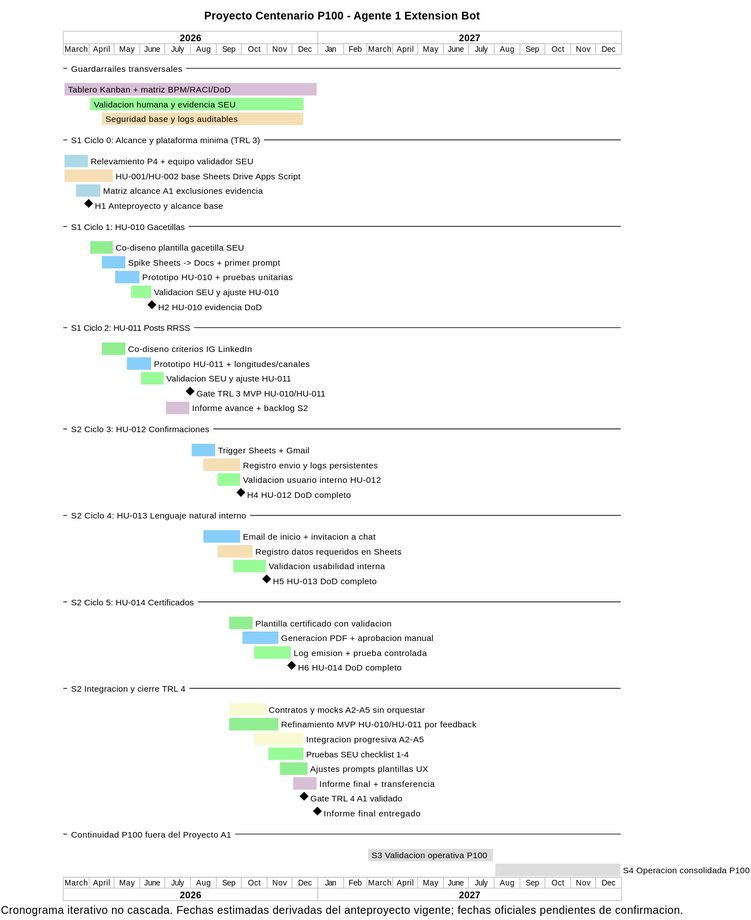
Above: Documentos/Gantt/diagrama-gantt-agente-1.svg in SpendIce/Proyecto-Final (PlantUML), before the change.
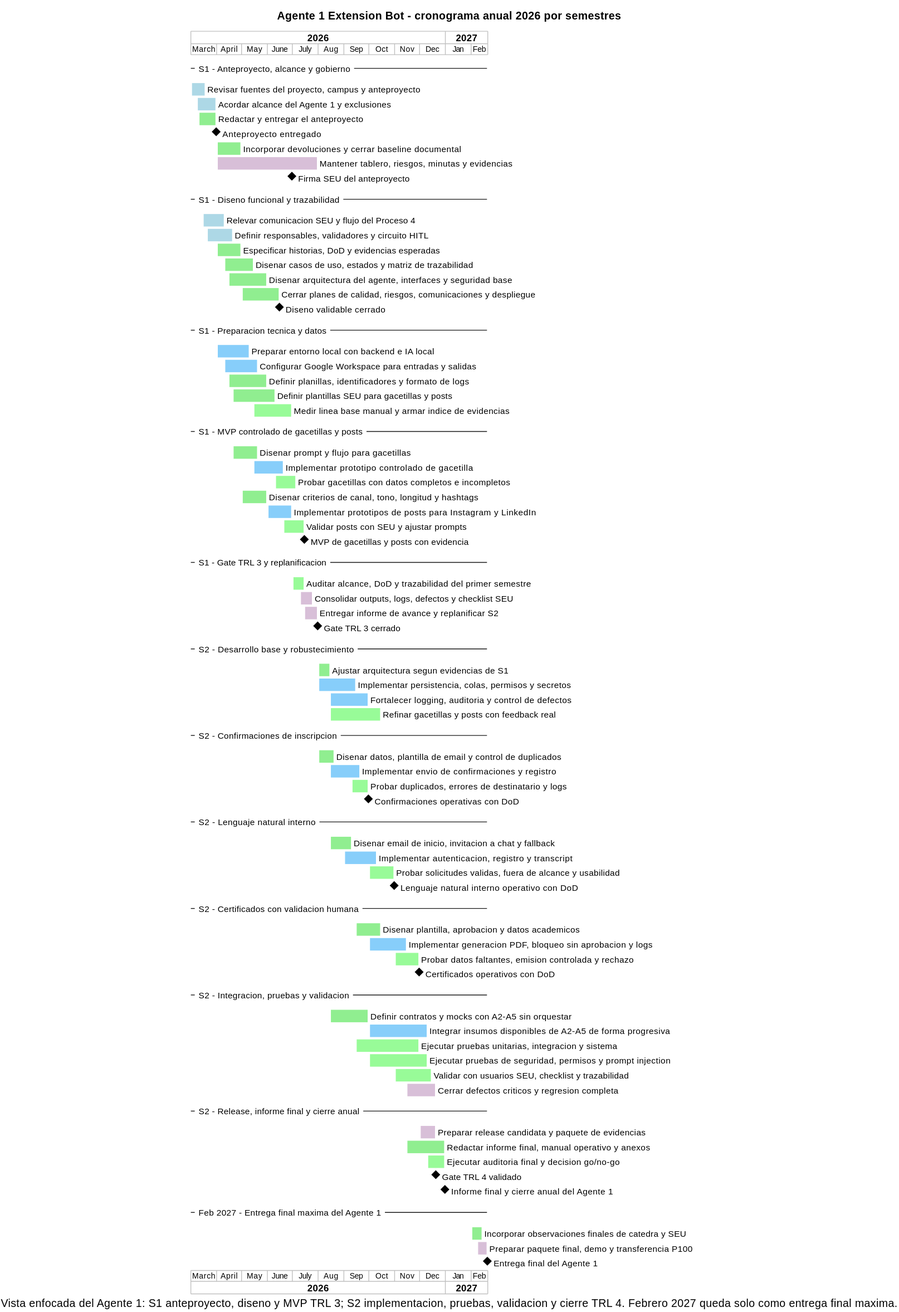
After the change.

Change to the diagram source:
```diff
@@ -1,155 +1,238 @@
 @startgantt
-title Proyecto Centenario P100 - Agente 1 Extension Bot
-caption Cronograma iterativo no cascada. Fechas estimadas derivadas del anteproyecto vigente; fechas oficiales pendientes de confirmacion.
+title Agente 1 Extension Bot - cronograma anual 2026 por semestres
+caption Vista enfocada del Agente 1: S1 anteproyecto, diseno y MVP TRL 3; S2 implementacion, pruebas, validacion y cierre TRL 4. Febrero 2027 queda solo como entrega final maxima.
 
 project starts 2026-03-01
 printscale monthly
 
--- Guardarrailes transversales --
-[Tablero Kanban + matriz BPM/RACI/DoD] starts 2026-03-01
-[Tablero Kanban + matriz BPM/RACI/DoD] ends 2026-12-31
-[Tablero Kanban + matriz BPM/RACI/DoD] is colored in Thistle
+-- S1 - Anteproyecto, alcance y gobierno --
+[Revisar fuentes del proyecto, campus y anteproyecto] starts 2026-03-01
+[Revisar fuentes del proyecto, campus y anteproyecto] ends 2026-03-18
+[Revisar fuentes del proyecto, campus y anteproyecto] is colored in LightBlue
 
-[Validacion humana y evidencia SEU] starts 2026-04-01
-[Validacion humana y evidencia SEU] ends 2026-12-15
-[Validacion humana y evidencia SEU] is colored in PaleGreen
+[Acordar alcance del Agente 1 y exclusiones] starts 2026-03-08
+[Acordar alcance del Agente 1 y exclusiones] ends 2026-03-31
+[Acordar alcance del Agente 1 y exclusiones] is colored in LightBlue
 
-[Seguridad base y logs auditables] starts 2026-04-15
-[Seguridad base y logs auditables] ends 2026-12-15
-[Seguridad base y logs auditables] is colored in Wheat
+[Redactar y entregar el anteproyecto] starts 2026-03-10
+[Redactar y entregar el anteproyecto] ends 2026-03-31
+[Redactar y entregar el anteproyecto] is colored in LightGreen
 
--- S1 Ciclo 0: Alcance y plataforma minima (TRL 3) --
-[Relevamiento P4 + equipo validador SEU] starts 2026-03-01
-[Relevamiento P4 + equipo validador SEU] ends 2026-03-31
-[Relevamiento P4 + equipo validador SEU] is colored in LightBlue
+[Anteproyecto entregado] happens 2026-03-31
 
-[HU-001/HU-002 base Sheets Drive Apps Script] starts 2026-03-01
-[HU-001/HU-002 base Sheets Drive Apps Script] ends 2026-04-30
-[HU-001/HU-002 base Sheets Drive Apps Script] is colored in Wheat
+[Incorporar devoluciones y cerrar baseline documental] starts 2026-04-01
+[Incorporar devoluciones y cerrar baseline documental] ends 2026-04-30
+[Incorporar devoluciones y cerrar baseline documental] is colored in LightGreen
 
-[Matriz alcance A1 exclusiones evidencia] starts 2026-03-15
-[Matriz alcance A1 exclusiones evidencia] ends 2026-04-15
-[Matriz alcance A1 exclusiones evidencia] is colored in LightBlue
+[Mantener tablero, riesgos, minutas y evidencias] starts 2026-04-01
+[Mantener tablero, riesgos, minutas y evidencias] ends 2026-07-31
+[Mantener tablero, riesgos, minutas y evidencias] is colored in Thistle
 
-[H1 Anteproyecto y alcance base] happens 2026-03-31
+[Firma SEU del anteproyecto] happens 2026-06-30
 
--- S1 Ciclo 1: HU-010 Gacetillas --
-[Co-diseno plantilla gacetilla SEU] starts 2026-04-01
-[Co-diseno plantilla gacetilla SEU] ends 2026-04-30
-[Co-diseno plantilla gacetilla SEU] is colored in LightGreen
+-- S1 - Diseno funcional y trazabilidad --
+[Relevar comunicacion SEU y flujo del Proceso 4] starts 2026-03-15
+[Relevar comunicacion SEU y flujo del Proceso 4] ends 2026-04-10
+[Relevar comunicacion SEU y flujo del Proceso 4] is colored in LightBlue
 
-[Spike Sheets -> Docs + primer prompt] starts 2026-04-15
-[Spike Sheets -> Docs + primer prompt] ends 2026-05-15
-[Spike Sheets -> Docs + primer prompt] is colored in LightSkyBlue
+[Definir responsables, validadores y circuito HITL] starts 2026-03-20
+[Definir responsables, validadores y circuito HITL] ends 2026-04-20
+[Definir responsables, validadores y circuito HITL] is colored in LightBlue
 
-[Prototipo HU-010 + pruebas unitarias] starts 2026-05-01
-[Prototipo HU-010 + pruebas unitarias] ends 2026-06-01
-[Prototipo HU-010 + pruebas unitarias] is colored in LightSkyBlue
+[Especificar historias, DoD y evidencias esperadas] starts 2026-04-01
+[Especificar historias, DoD y evidencias esperadas] ends 2026-04-30
+[Especificar historias, DoD y evidencias esperadas] is colored in LightGreen
 
-[Validacion SEU y ajuste HU-010] starts 2026-05-20
-[Validacion SEU y ajuste HU-010] ends 2026-06-15
-[Validacion SEU y ajuste HU-010] is colored in PaleGreen
+[Disenar casos de uso, estados y matriz de trazabilidad] starts 2026-04-10
+[Disenar casos de uso, estados y matriz de trazabilidad] ends 2026-05-15
+[Disenar casos de uso, estados y matriz de trazabilidad] is colored in LightGreen
 
-[H2 HU-010 evidencia DoD] happens 2026-06-15
+[Disenar arquitectura del agente, interfaces y seguridad base] starts 2026-04-15
+[Disenar arquitectura del agente, interfaces y seguridad base] ends 2026-05-31
+[Disenar arquitectura del agente, interfaces y seguridad base] is colored in LightGreen
 
--- S1 Ciclo 2: HU-011 Posts RRSS --
-[Co-diseno criterios IG LinkedIn] starts 2026-04-15
-[Co-diseno criterios IG LinkedIn] ends 2026-05-15
-[Co-diseno criterios IG LinkedIn] is colored in LightGreen
+[Cerrar planes de calidad, riesgos, comunicaciones y despliegue] starts 2026-05-01
+[Cerrar planes de calidad, riesgos, comunicaciones y despliegue] ends 2026-06-15
+[Cerrar planes de calidad, riesgos, comunicaciones y despliegue] is colored in LightGreen
 
-[Prototipo HU-011 + longitudes/canales] starts 2026-05-15
-[Prototipo HU-011 + longitudes/canales] ends 2026-06-15
-[Prototipo HU-011 + longitudes/canales] is colored in LightSkyBlue
+[Diseno validable cerrado] happens 2026-06-15
 
-[Validacion SEU y ajuste HU-011] starts 2026-06-01
-[Validacion SEU y ajuste HU-011] ends 2026-06-30
-[Validacion SEU y ajuste HU-011] is colored in PaleGreen
+-- S1 - Preparacion tecnica y datos --
+[Preparar entorno local con backend e IA local] starts 2026-04-01
+[Preparar entorno local con backend e IA local] ends 2026-05-10
+[Preparar entorno local con backend e IA local] is colored in LightSkyBlue
 
-[Gate TRL 3 MVP HU-010/HU-011] happens 2026-07-31
+[Configurar Google Workspace para entradas y salidas] starts 2026-04-10
+[Configurar Google Workspace para entradas y salidas] ends 2026-05-20
+[Configurar Google Workspace para entradas y salidas] is colored in LightSkyBlue
 
-[Informe avance + backlog S2] starts 2026-07-01
-[Informe avance + backlog S2] ends 2026-07-31
-[Informe avance + backlog S2] is colored in Thistle
+[Definir planillas, identificadores y formato de logs] starts 2026-04-15
+[Definir planillas, identificadores y formato de logs] ends 2026-05-31
+[Definir planillas, identificadores y formato de logs] is colored in LightGreen
 
--- S2 Ciclo 3: HU-012 Confirmaciones --
-[Trigger Sheets + Gmail] starts 2026-08-01
-[Trigger Sheets + Gmail] ends 2026-08-31
-[Trigger Sheets + Gmail] is colored in LightSkyBlue
+[Definir plantillas SEU para gacetillas y posts] starts 2026-04-20
+[Definir plantillas SEU para gacetillas y posts] ends 2026-06-10
+[Definir plantillas SEU para gacetillas y posts] is colored in LightGreen
 
-[Registro envio y logs persistentes] starts 2026-08-15
-[Registro envio y logs persistentes] ends 2026-09-30
-[Registro envio y logs persistentes] is colored in Wheat
+[Medir linea base manual y armar indice de evidencias] starts 2026-05-15
+[Medir linea base manual y armar indice de evidencias] ends 2026-06-30
+[Medir linea base manual y armar indice de evidencias] is colored in PaleGreen
 
-[Validacion usuario interno HU-012] starts 2026-09-01
-[Validacion usuario interno HU-012] ends 2026-09-30
-[Validacion usuario interno HU-012] is colored in PaleGreen
+-- S1 - MVP controlado de gacetillas y posts --
+[Disenar prompt y flujo para gacetillas] starts 2026-04-20
+[Disenar prompt y flujo para gacetillas] ends 2026-05-20
+[Disenar prompt y flujo para gacetillas] is colored in LightGreen
 
-[H4 HU-012 DoD completo] happens 2026-09-30
+[Implementar prototipo controlado de gacetilla] starts 2026-05-15
+[Implementar prototipo controlado de gacetilla] ends 2026-06-20
+[Implementar prototipo controlado de gacetilla] is colored in LightSkyBlue
 
--- S2 Ciclo 4: HU-013 Lenguaje natural interno --
-[Email de inicio + invitacion a chat] starts 2026-08-15
-[Email de inicio + invitacion a chat] ends 2026-09-30
-[Email de inicio + invitacion a chat] is colored in LightSkyBlue
+[Probar gacetillas con datos completos e incompletos] starts 2026-06-10
+[Probar gacetillas con datos completos e incompletos] ends 2026-07-05
+[Probar gacetillas con datos completos e incompletos] is colored in PaleGreen
 
-[Registro datos requeridos en Sheets] starts 2026-09-01
-[Registro datos requeridos en Sheets] ends 2026-10-15
-[Registro datos requeridos en Sheets] is colored in Wheat
+[Disenar criterios de canal, tono, longitud y hashtags] starts 2026-05-01
+[Disenar criterios de canal, tono, longitud y hashtags] ends 2026-05-31
+[Disenar criterios de canal, tono, longitud y hashtags] is colored in LightGreen
 
-[Validacion usabilidad interna] starts 2026-09-20
-[Validacion usabilidad interna] ends 2026-10-31
-[Validacion usabilidad interna] is colored in PaleGreen
+[Implementar prototipos de posts para Instagram y LinkedIn] starts 2026-06-01
+[Implementar prototipos de posts para Instagram y LinkedIn] ends 2026-06-30
+[Implementar prototipos de posts para Instagram y LinkedIn] is colored in LightSkyBlue
 
-[H5 HU-013 DoD completo] happens 2026-10-31
+[Validar posts con SEU y ajustar prompts] starts 2026-06-20
+[Validar posts con SEU y ajustar prompts] ends 2026-07-15
+[Validar posts con SEU y ajustar prompts] is colored in PaleGreen
 
--- S2 Ciclo 5: HU-014 Certificados --
-[Plantilla certificado con validacion] starts 2026-09-15
-[Plantilla certificado con validacion] ends 2026-10-15
-[Plantilla certificado con validacion] is colored in LightGreen
+[MVP de gacetillas y posts con evidencia] happens 2026-07-15
 
-[Generacion PDF + aprobacion manual] starts 2026-10-01
-[Generacion PDF + aprobacion manual] ends 2026-11-15
-[Generacion PDF + aprobacion manual] is colored in LightSkyBlue
+-- S1 - Gate TRL 3 y replanificacion --
+[Auditar alcance, DoD y trazabilidad del primer semestre] starts 2026-07-01
+[Auditar alcance, DoD y trazabilidad del primer semestre] ends 2026-07-15
+[Auditar alcance, DoD y trazabilidad del primer semestre] is colored in PaleGreen
 
-[Log emision + prueba controlada] starts 2026-10-15
-[Log emision + prueba controlada] ends 2026-11-30
-[Log emision + prueba controlada] is colored in PaleGreen
+[Consolidar outputs, logs, defectos y checklist SEU] starts 2026-07-10
+[Consolidar outputs, logs, defectos y checklist SEU] ends 2026-07-25
+[Consolidar outputs, logs, defectos y checklist SEU] is colored in Thistle
 
-[H6 HU-014 DoD completo] happens 2026-11-30
+[Entregar informe de avance y replanificar S2] starts 2026-07-15
+[Entregar informe de avance y replanificar S2] ends 2026-07-31
+[Entregar informe de avance y replanificar S2] is colored in Thistle
 
--- S2 Integracion y cierre TRL 4 --
-[Contratos y mocks A2-A5 sin orquestar] starts 2026-09-15
-[Contratos y mocks A2-A5 sin orquestar] ends 2026-10-31
-[Contratos y mocks A2-A5 sin orquestar] is colored in LightGoldenRodYellow
+[Gate TRL 3 cerrado] happens 2026-07-31
 
-[Refinamiento MVP HU-010/HU-011 por feedback] starts 2026-09-15
-[Refinamiento MVP HU-010/HU-011 por feedback] ends 2026-11-15
-[Refinamiento MVP HU-010/HU-011 por feedback] is colored in LightGreen
+-- S2 - Desarrollo base y robustecimiento --
+[Ajustar arquitectura segun evidencias de S1] starts 2026-08-01
+[Ajustar arquitectura segun evidencias de S1] ends 2026-08-15
+[Ajustar arquitectura segun evidencias de S1] is colored in LightGreen
 
-[Integracion progresiva A2-A5] starts 2026-10-15
-[Integracion progresiva A2-A5] ends 2026-12-15
-[Integracion progresiva A2-A5] is colored in LightGoldenRodYellow
+[Implementar persistencia, colas, permisos y secretos] starts 2026-08-01
+[Implementar persistencia, colas, permisos y secretos] ends 2026-09-15
+[Implementar persistencia, colas, permisos y secretos] is colored in LightSkyBlue
 
-[Pruebas SEU checklist 1-4] starts 2026-11-01
-[Pruebas SEU checklist 1-4] ends 2026-12-15
-[Pruebas SEU checklist 1-4] is colored in PaleGreen
+[Fortalecer logging, auditoria y control de defectos] starts 2026-08-15
+[Fortalecer logging, auditoria y control de defectos] ends 2026-09-30
+[Fortalecer logging, auditoria y control de defectos] is colored in LightSkyBlue
 
-[Ajustes prompts plantillas UX] starts 2026-11-15
-[Ajustes prompts plantillas UX] ends 2026-12-20
-[Ajustes prompts plantillas UX] is colored in LightGreen
+[Refinar gacetillas y posts con feedback real] starts 2026-08-15
+[Refinar gacetillas y posts con feedback real] ends 2026-10-15
+[Refinar gacetillas y posts con feedback real] is colored in PaleGreen
 
-[Informe final + transferencia] starts 2026-12-01
-[Informe final + transferencia] ends 2026-12-31
-[Informe final + transferencia] is colored in Thistle
+-- S2 - Confirmaciones de inscripcion --
+[Disenar datos, plantilla de email y control de duplicados] starts 2026-08-01
+[Disenar datos, plantilla de email y control de duplicados] ends 2026-08-20
+[Disenar datos, plantilla de email y control de duplicados] is colored in LightGreen
 
-[Gate TRL 4 A1 validado] happens 2026-12-15
-[Informe final entregado] happens 2026-12-31
+[Implementar envio de confirmaciones y registro] starts 2026-08-15
+[Implementar envio de confirmaciones y registro] ends 2026-09-20
+[Implementar envio de confirmaciones y registro] is colored in LightSkyBlue
 
--- Continuidad P100 fuera del Proyecto A1 --
-[S3 Validacion operativa P100] starts 2027-03-01
-[S3 Validacion operativa P100] ends 2027-07-31
-[S3 Validacion operativa P100] is colored in Gainsboro
+[Probar duplicados, errores de destinatario y logs] starts 2026-09-10
+[Probar duplicados, errores de destinatario y logs] ends 2026-09-30
+[Probar duplicados, errores de destinatario y logs] is colored in PaleGreen
 
-[S4 Operacion consolidada P100] starts 2027-08-01
-[S4 Operacion consolidada P100] ends 2027-12-31
-[S4 Operacion consolidada P100] is colored in Gainsboro
+[Confirmaciones operativas con DoD] happens 2026-09-30
+
+-- S2 - Lenguaje natural interno --
+[Disenar email de inicio, invitacion a chat y fallback] starts 2026-08-15
+[Disenar email de inicio, invitacion a chat y fallback] ends 2026-09-10
+[Disenar email de inicio, invitacion a chat y fallback] is colored in LightGreen
+
+[Implementar autenticacion, registro y transcript] starts 2026-09-01
+[Implementar autenticacion, registro y transcript] ends 2026-10-10
+[Implementar autenticacion, registro y transcript] is colored in LightSkyBlue
+
+[Probar solicitudes validas, fuera de alcance y usabilidad] starts 2026-10-01
+[Probar solicitudes validas, fuera de alcance y usabilidad] ends 2026-10-31
+[Probar solicitudes validas, fuera de alcance y usabilidad] is colored in PaleGreen
+
+[Lenguaje natural interno operativo con DoD] happens 2026-10-31
+
+-- S2 - Certificados con validacion humana --
+[Disenar plantilla, aprobacion y datos academicos] starts 2026-09-15
+[Disenar plantilla, aprobacion y datos academicos] ends 2026-10-15
+[Disenar plantilla, aprobacion y datos academicos] is colored in LightGreen
+
+[Implementar generacion PDF, bloqueo sin aprobacion y logs] starts 2026-10-01
+[Implementar generacion PDF, bloqueo sin aprobacion y logs] ends 2026-11-15
+[Implementar generacion PDF, bloqueo sin aprobacion y logs] is colored in LightSkyBlue
+
+[Probar datos faltantes, emision controlada y rechazo] starts 2026-11-01
+[Probar datos faltantes, emision controlada y rechazo] ends 2026-11-30
+[Probar datos faltantes, emision controlada y rechazo] is colored in PaleGreen
+
+[Certificados operativos con DoD] happens 2026-11-30
+
+-- S2 - Integracion, pruebas y validacion --
+[Definir contratos y mocks con A2-A5 sin orquestar] starts 2026-08-15
+[Definir contratos y mocks con A2-A5 sin orquestar] ends 2026-09-30
+[Definir contratos y mocks con A2-A5 sin orquestar] is colored in LightGreen
+
+[Integrar insumos disponibles de A2-A5 de forma progresiva] starts 2026-10-01
+[Integrar insumos disponibles de A2-A5 de forma progresiva] ends 2026-12-10
+[Integrar insumos disponibles de A2-A5 de forma progresiva] is colored in LightSkyBlue
+
+[Ejecutar pruebas unitarias, integracion y sistema] starts 2026-09-15
+[Ejecutar pruebas unitarias, integracion y sistema] ends 2026-11-30
+[Ejecutar pruebas unitarias, integracion y sistema] is colored in PaleGreen
+
+[Ejecutar pruebas de seguridad, permisos y prompt injection] starts 2026-10-01
+[Ejecutar pruebas de seguridad, permisos y prompt injection] ends 2026-12-10
+[Ejecutar pruebas de seguridad, permisos y prompt injection] is colored in PaleGreen
+
+[Validar con usuarios SEU, checklist y trazabilidad] starts 2026-11-01
+[Validar con usuarios SEU, checklist y trazabilidad] ends 2026-12-15
+[Validar con usuarios SEU, checklist y trazabilidad] is colored in PaleGreen
+
+[Cerrar defectos criticos y regresion completa] starts 2026-11-15
+[Cerrar defectos criticos y regresion completa] ends 2026-12-20
+[Cerrar defectos criticos y regresion completa] is colored in Thistle
+
+-- S2 - Release, informe final y cierre anual --
+[Preparar release candidata y paquete de evidencias] starts 2026-12-01
+[Preparar release candidata y paquete de evidencias] ends 2026-12-20
+[Preparar release candidata y paquete de evidencias] is colored in Thistle
+
+[Redactar informe final, manual operativo y anexos] starts 2026-11-15
+[Redactar informe final, manual operativo y anexos] ends 2026-12-31
+[Redactar informe final, manual operativo y anexos] is colored in LightGreen
+
+[Ejecutar auditoria final y decision go/no-go] starts 2026-12-10
+[Ejecutar auditoria final y decision go/no-go] ends 2026-12-31
+[Ejecutar auditoria final y decision go/no-go] is colored in PaleGreen
+
+[Gate TRL 4 validado] happens 2026-12-20
+
+[Informe final y cierre anual del Agente 1] happens 2026-12-31
+
+-- Feb 2027 - Entrega final maxima del Agente 1 --
+[Incorporar observaciones finales de catedra y SEU] starts 2027-02-01
+[Incorporar observaciones finales de catedra y SEU] ends 2027-02-14
+[Incorporar observaciones finales de catedra y SEU] is colored in LightGreen
+
+[Preparar paquete final, demo y transferencia P100] starts 2027-02-08
+[Preparar paquete final, demo y transferencia P100] ends 2027-02-20
+[Preparar paquete final, demo y transferencia P100] is colored in Thistle
+
+[Entrega final del Agente 1] happens 2027-02-20
+
 @endgantt
```
